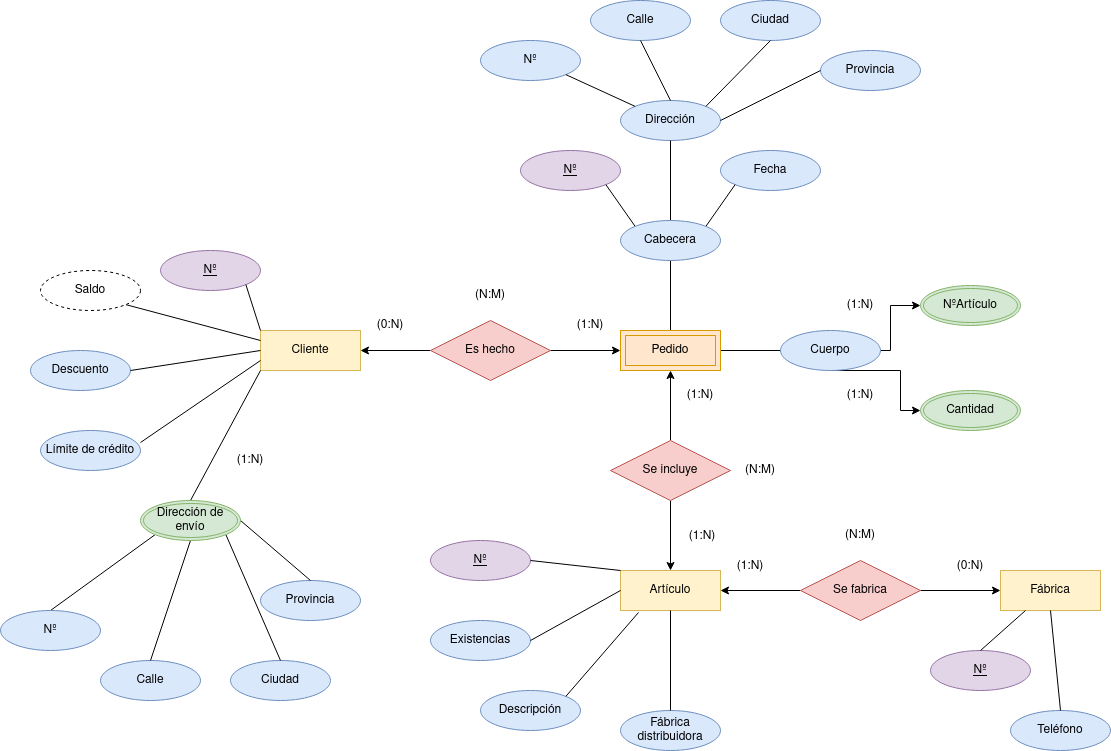
This is IMG/Sistema de artículos - Encargo.drawio.png from samugd17/base-datos-bae-, a draw.io export, as it was before one commit. Source tidied: cells renumbered, new cells last; positions are measured from the earlier drawing's top-left corner, leaving out a move shared by most shapes.
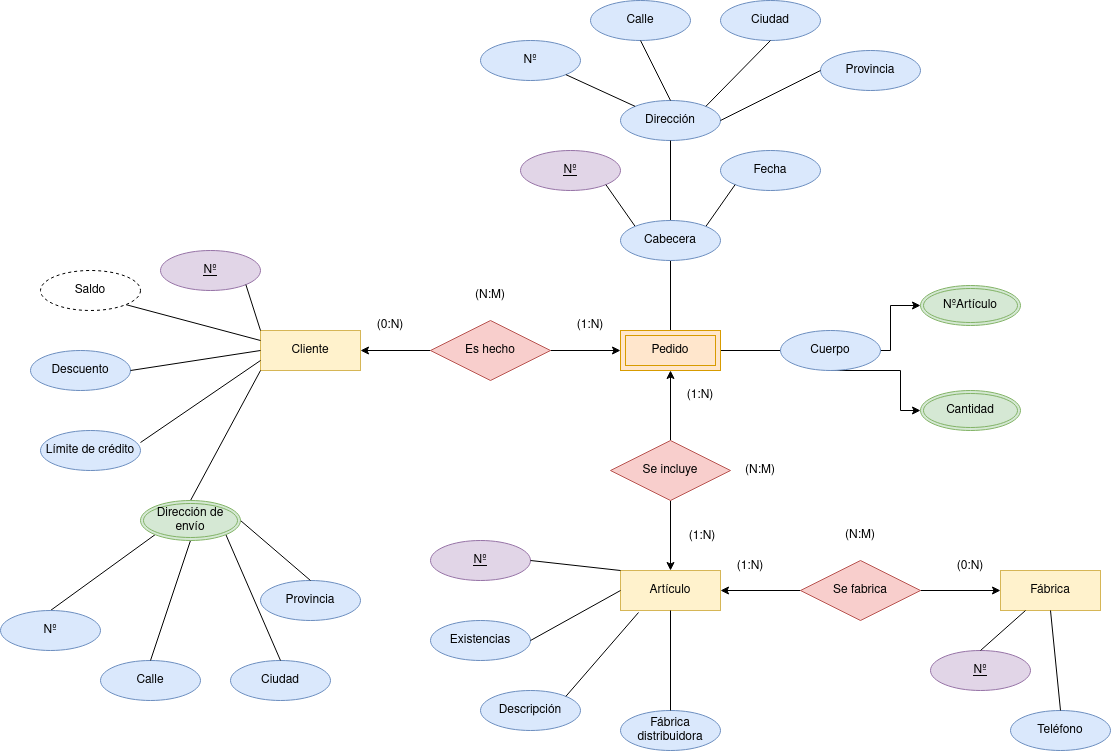
After the commit.

Diff of the diagram source:
```diff
@@ -89,9 +89,6 @@
     <mxCell id="30" style="endArrow=none;html=1;rounded=0;entryX=0;entryY=1;entryDx=0;entryDy=0;exitX=0.5;exitY=0;exitDx=0;exitDy=0;" parent="1" edge="1" source="52" target="2">
       <mxGeometry relative="1" as="geometry" />
     </mxCell>
-    <mxCell id="31" value="(1:N)" style="text;html=1;strokeColor=none;fillColor=none;align=center;verticalAlign=middle;whiteSpace=wrap;rounded=0;" parent="1" vertex="1">
-      <mxGeometry x="220" y="445" width="60" height="30" as="geometry" />
-    </mxCell>
     <mxCell id="32" value="Nº" style="ellipse;whiteSpace=wrap;html=1;align=center;fontStyle=4;fillColor=#e1d5e7;strokeColor=#9673a6;" parent="1" vertex="1">
       <mxGeometry x="430" y="540" width="100" height="40" as="geometry" />
     </mxCell>
@@ -207,12 +204,6 @@
     <mxCell id="66" value="Cantidad" style="ellipse;shape=doubleEllipse;margin=3;whiteSpace=wrap;html=1;align=center;fillColor=#d5e8d4;strokeColor=#82b366;" parent="1" vertex="1">
       <mxGeometry x="920" y="390" width="100" height="40" as="geometry" />
     </mxCell>
-    <mxCell id="67" value="(1:N)" style="text;html=1;strokeColor=none;fillColor=none;align=center;verticalAlign=middle;whiteSpace=wrap;rounded=0;" parent="1" vertex="1">
-      <mxGeometry x="830" y="290" width="60" height="30" as="geometry" />
-    </mxCell>
-    <mxCell id="68" value="(1:N)" style="text;html=1;strokeColor=none;fillColor=none;align=center;verticalAlign=middle;whiteSpace=wrap;rounded=0;" parent="1" vertex="1">
-      <mxGeometry x="830" y="380" width="60" height="30" as="geometry" />
-    </mxCell>
     <mxCell id="69" value="Pedido" style="shape=ext;margin=3;double=1;whiteSpace=wrap;html=1;align=center;fillColor=#ffe6cc;strokeColor=#d79b00;" parent="1" vertex="1">
       <mxGeometry x="620" y="330" width="100" height="40" as="geometry" />
     </mxCell>
```
